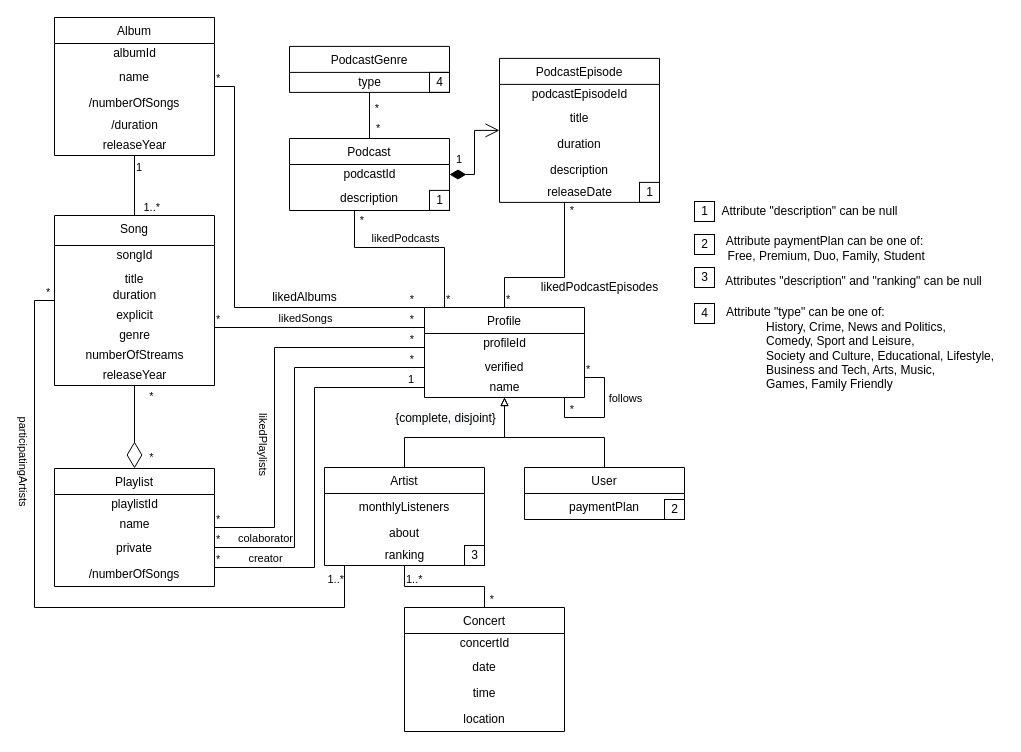
Before: page "Page-2" (2 of 2) of Spotify-class-diag.drawio in Naapperas/feup-bd, a draw.io diagram. Source tidied: cells renumbered, new cells numbered last; positions are measured from the earlier drawing's top-left corner, leaving out a move shared by most shapes. Both pictures are drawn from the tidied source at 100%, with x=0, y=0 at pixel (34, 17).
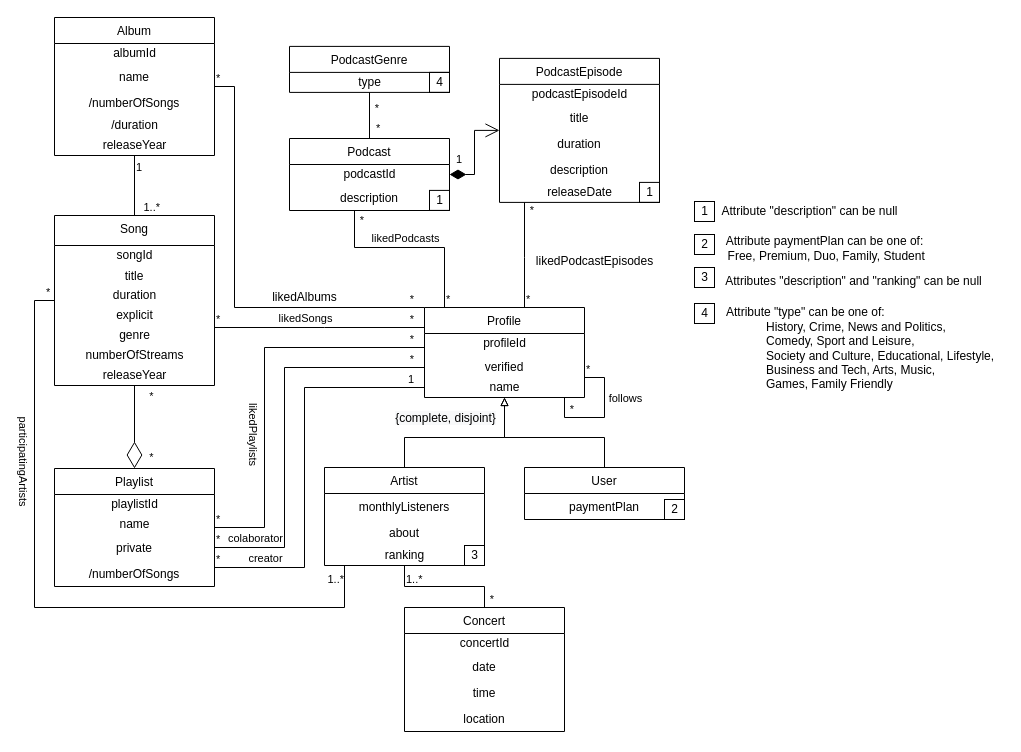
The same diagram, later.

The change refers to these unchanged cells:
```xml
<mxCell id="2" value="Song" style="swimlane;fontStyle=0;align=center;verticalAlign=top;horizontal=1;startSize=30;rounded=0;shadow=0;strokeWidth=1;" parent="1" vertex="1">
  <mxGeometry x="20" y="198" width="160" height="170" as="geometry" />
</mxCell>
<mxCell id="16" value="Profile" style="swimlane;fontStyle=0;horizontal=1;startSize=26;fillColor=none;align=center;" parent="1" vertex="1">
  <mxGeometry x="390" y="290" width="160" height="90" as="geometry" />
</mxCell>
<mxCell id="34" value="Playlist" style="swimlane;fontStyle=0;horizontal=1;startSize=26;fillColor=none;align=center;" parent="1" vertex="1">
  <mxGeometry x="20" y="451" width="160" height="118" as="geometry" />
</mxCell>
<mxCell id="44" value="PodcastEpisode" style="swimlane;fontStyle=0;horizontal=1;startSize=26;fillColor=none;align=center;" parent="1" vertex="1">
  <mxGeometry x="465" y="40.9" width="160" height="144" as="geometry" />
</mxCell>
```

Diff of the diagram source:
```diff
@@
-    <mxCell id="4" value="title" style="text;align=center;verticalAlign=top;spacingLeft=4;spacingRight=4;overflow=hidden;" parent="2" vertex="1">
+    <mxCell id="4" value="title" style="text;align=center;verticalAlign=middle;spacingLeft=4;spacingRight=4;overflow=hidden;" parent="2" vertex="1">
       <mxGeometry y="50" width="160" height="20" as="geometry" />
     </mxCell>
@@
     <mxCell id="57" style="endArrow=none;html=1;edgeStyle=orthogonalEdgeStyle;rounded=0;" parent="1" edge="1" source="16" target="44">
       <mxGeometry relative="1" as="geometry">
         <Array as="points">
-          <mxPoint x="470" y="260" />
-          <mxPoint x="530" y="260" />
+          <mxPoint x="490" y="240" />
+          <mxPoint x="490" y="240" />
         </Array>
       </mxGeometry>
     </mxCell>
@@
     <mxCell id="60" value="likedPodcastEpisodes" style="text;html=1;align=center;verticalAlign=middle;strokeColor=none;fillColor=none;rotation=0;" parent="1" vertex="1">
-      <mxGeometry x="500" y="260" width="130" height="20" as="geometry" />
+      <mxGeometry x="495" y="234" width="130" height="20" as="geometry" />
     </mxCell>
@@
     <mxCell id="79" style="endArrow=none;html=1;edgeStyle=orthogonalEdgeStyle;rounded=0;" parent="1" edge="1" source="34" target="16">
       <mxGeometry relative="1" as="geometry">
         <Array as="points">
-          <mxPoint x="280" y="550" />
-          <mxPoint x="280" y="370" />
+          <mxPoint x="270" y="550" />
+          <mxPoint x="270" y="370" />
         </Array>
       </mxGeometry>
     </mxCell>
@@
     <mxCell id="83" style="endArrow=none;html=1;edgeStyle=orthogonalEdgeStyle;rounded=0;" parent="1" edge="1" source="34" target="16">
       <mxGeometry relative="1" as="geometry">
         <Array as="points">
-          <mxPoint x="260" y="530" />
-          <mxPoint x="260" y="350" />
+          <mxPoint x="250" y="530" />
+          <mxPoint x="250" y="350" />
         </Array>
       </mxGeometry>
     </mxCell>
@@
     <mxCell id="86" value="colaborator" style="edgeLabel;html=1;align=center;verticalAlign=middle;" parent="83" vertex="1">
       <mxGeometry x="-0.82" relative="1" as="geometry">
-        <mxPoint x="15" y="-10" as="offset" />
+        <mxPoint x="5" y="-10" as="offset" />
       </mxGeometry>
     </mxCell>
     <mxCell id="87" style="endArrow=none;html=1;edgeStyle=orthogonalEdgeStyle;rounded=0;" parent="1" edge="1" source="34" target="16">
       <mxGeometry relative="1" as="geometry">
         <Array as="points">
-          <mxPoint x="240" y="510" />
-          <mxPoint x="240" y="330" />
+          <mxPoint x="230" y="510" />
+          <mxPoint x="230" y="330" />
         </Array>
       </mxGeometry>
     </mxCell>
```
